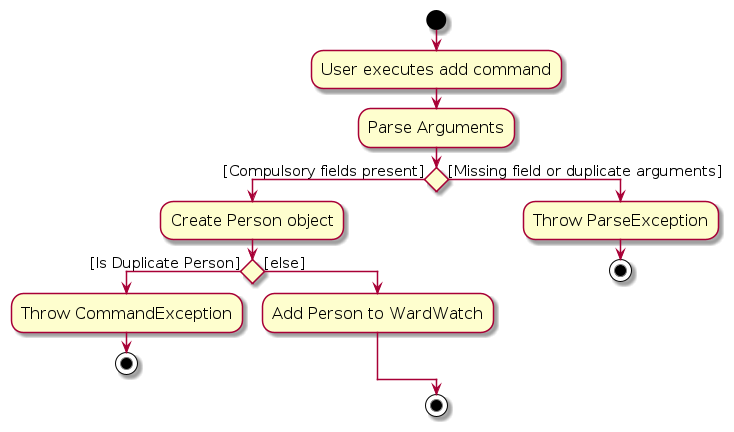
Earlier version of the PlantUML export diagrams/AddActivityDiagram.png (AY2425S1-CS2103T-T15-3/tp). Its source is kept beside it as diagrams/AddActivityDiagram.puml.
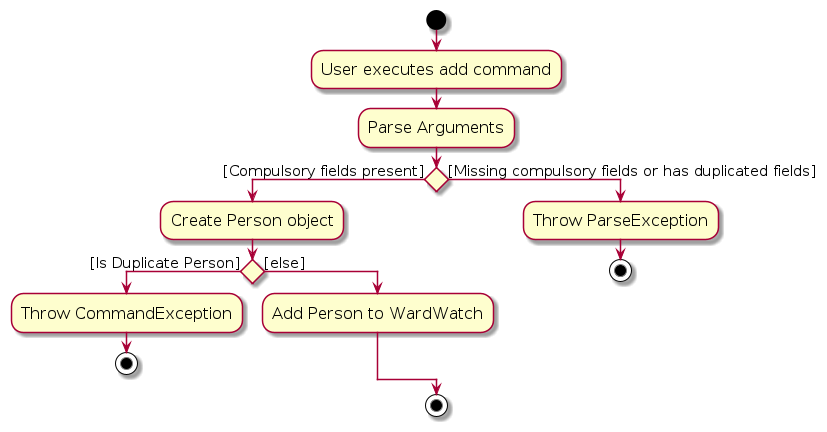
Above is the later version.

Diff of the diagram source:
```diff
@@ -16,7 +16,7 @@
   else ([else])
     :Add Person to WardWatch;
   endif
-else ([Missing field or duplicate arguments])
+else ([Missing compulsory fields or has duplicated fields])
     :Throw ParseException;
   stop
 
```
